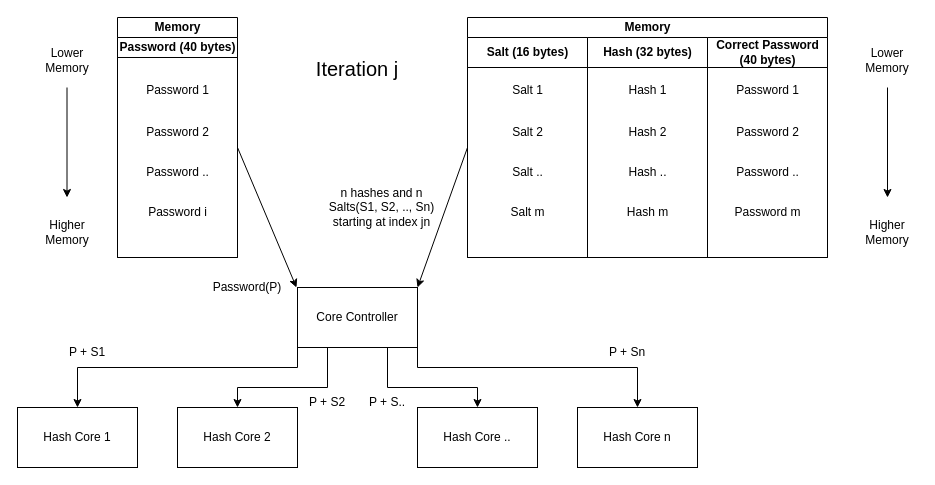
This is figures/theoretical_system/core-controller/core-controller.drawio from Niclasapdk/ESD3_project, a draw.io file, before an edit. Source tidied: cells renumbered, new cells numbered last; positions are measured from the earlier drawing's top-left corner, leaving out a move shared by most shapes. Both pictures are drawn from the tidied source at 100%, with x=0, y=0 at pixel (17, 17).
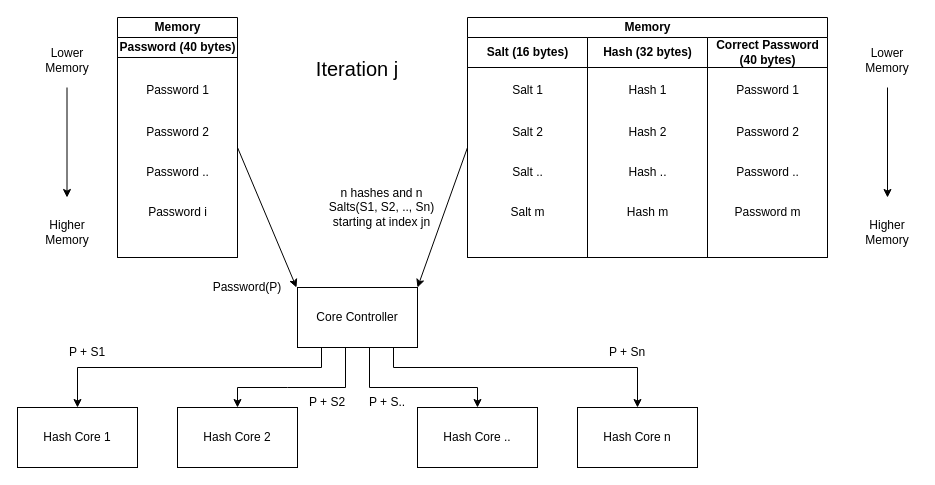
The same page after the edit.

Unchanged cells that the change refers to:
```xml
<mxCell id="7" value="Hash Core 1" style="rounded=0;whiteSpace=wrap;html=1;" parent="1" vertex="1">
  <mxGeometry y="390" width="120" height="60" as="geometry" />
</mxCell>
<mxCell id="8" value="Hash Core 2" style="rounded=0;whiteSpace=wrap;html=1;" parent="1" vertex="1">
  <mxGeometry x="160" y="390" width="120" height="60" as="geometry" />
</mxCell>
<mxCell id="9" value="Hash Core .." style="rounded=0;whiteSpace=wrap;html=1;" parent="1" vertex="1">
  <mxGeometry x="400" y="390" width="120" height="60" as="geometry" />
</mxCell>
<mxCell id="10" value="Hash Core n" style="rounded=0;whiteSpace=wrap;html=1;" parent="1" vertex="1">
  <mxGeometry x="560" y="390" width="120" height="60" as="geometry" />
</mxCell>
```

Change to the diagram source:
```diff
@@
-    <mxCell id="2" style="edgeStyle=orthogonalEdgeStyle;rounded=0;jettySize=auto;html=1;exitX=0.25;exitY=1;exitDx=0;exitDy=0;entryX=0.5;entryY=0;entryDx=0;entryDy=0;" parent="1" edge="1" source="6" target="8">
-      <mxGeometry relative="1" as="geometry">
-        <Array as="points">
-          <mxPoint x="310" y="370" />
-          <mxPoint x="220" y="370" />
-        </Array>
-      </mxGeometry>
-    </mxCell>
-    <mxCell id="3" style="edgeStyle=orthogonalEdgeStyle;rounded=0;jettySize=auto;html=1;exitX=0.75;exitY=1;exitDx=0;exitDy=0;entryX=0.5;entryY=0;entryDx=0;entryDy=0;" parent="1" edge="1" source="6" target="9">
+    <mxCell id="3" style="edgeStyle=orthogonalEdgeStyle;rounded=0;jettySize=auto;html=1;entryX=0.5;entryY=0;entryDx=0;entryDy=0;exitX=0.6;exitY=1;exitDx=0;exitDy=0;exitPerimeter=0;" parent="1" edge="1" source="6" target="9">
       <mxGeometry relative="1" as="geometry">
         <Array as="points">
-          <mxPoint x="370" y="370" />
+          <mxPoint x="352" y="370" />
           <mxPoint x="460" y="370" />
         </Array>
       </mxGeometry>
     </mxCell>
-    <mxCell id="4" style="edgeStyle=orthogonalEdgeStyle;rounded=0;jettySize=auto;html=1;exitX=0;exitY=1;exitDx=0;exitDy=0;entryX=0.5;entryY=0;entryDx=0;entryDy=0;" parent="1" edge="1" source="6" target="7">
+    <mxCell id="4" style="edgeStyle=orthogonalEdgeStyle;rounded=0;jettySize=auto;html=1;entryX=0.5;entryY=0;entryDx=0;entryDy=0;exitX=0.2;exitY=1;exitDx=0;exitDy=0;exitPerimeter=0;" parent="1" edge="1" source="6" target="7">
       <mxGeometry relative="1" as="geometry">
         <Array as="points">
-          <mxPoint x="280" y="350" />
+          <mxPoint x="304" y="350" />
           <mxPoint x="60" y="350" />
         </Array>
       </mxGeometry>
     </mxCell>
-    <mxCell id="5" style="edgeStyle=orthogonalEdgeStyle;rounded=0;jettySize=auto;html=1;exitX=1;exitY=1;exitDx=0;exitDy=0;entryX=0.5;entryY=0;entryDx=0;entryDy=0;" parent="1" edge="1" source="6" target="10">
+    <mxCell id="5" style="edgeStyle=orthogonalEdgeStyle;rounded=0;jettySize=auto;html=1;entryX=0.5;entryY=0;entryDx=0;entryDy=0;exitX=0.8;exitY=1;exitDx=0;exitDy=0;exitPerimeter=0;" parent="1" edge="1" source="6" target="10">
       <mxGeometry relative="1" as="geometry">
         <Array as="points">
-          <mxPoint x="400" y="350" />
+          <mxPoint x="376" y="350" />
           <mxPoint x="620" y="350" />
         </Array>
       </mxGeometry>
     </mxCell>
-    <mxCell id="6" value="Core Controller" style="rounded=0;whiteSpace=wrap;html=1;" parent="1" vertex="1">
+    <mxCell id="6" value="Core Controller" style="rounded=0;whiteSpace=wrap;html=1;points=[[0,0,0,0,0],[0,0.25,0,0,0],[0,0.5,0,0,0],[0,0.75,0,0,0],[0,1,0,0,0],[0.2,1,0,0,0],[0.25,0,0,0,0],[0.4,1,0,0,0],[0.5,0,0,0,0],[0.6,1,0,0,0],[0.75,0,0,0,0],[0.8,1,0,0,0],[1,0,0,0,0],[1,0.25,0,0,0],[1,0.5,0,0,0],[1,0.75,0,0,0],[1,1,0,0,0]];" parent="1" vertex="1">
       <mxGeometry x="280" y="270" width="120" height="60" as="geometry" />
     </mxCell>
@@
+    <mxCell id="2" style="endArrow=classic;html=1;rounded=0;exitX=0.4;exitY=1;exitDx=0;exitDy=0;exitPerimeter=0;entryX=0.5;entryY=0;entryDx=0;entryDy=0;" parent="1" edge="1" source="6" target="8">
+      <mxGeometry relative="1" as="geometry">
+        <Array as="points">
+          <mxPoint x="328" y="370" />
+          <mxPoint x="270" y="370" />
+          <mxPoint x="220" y="370" />
+        </Array>
+      </mxGeometry>
+    </mxCell>
```
